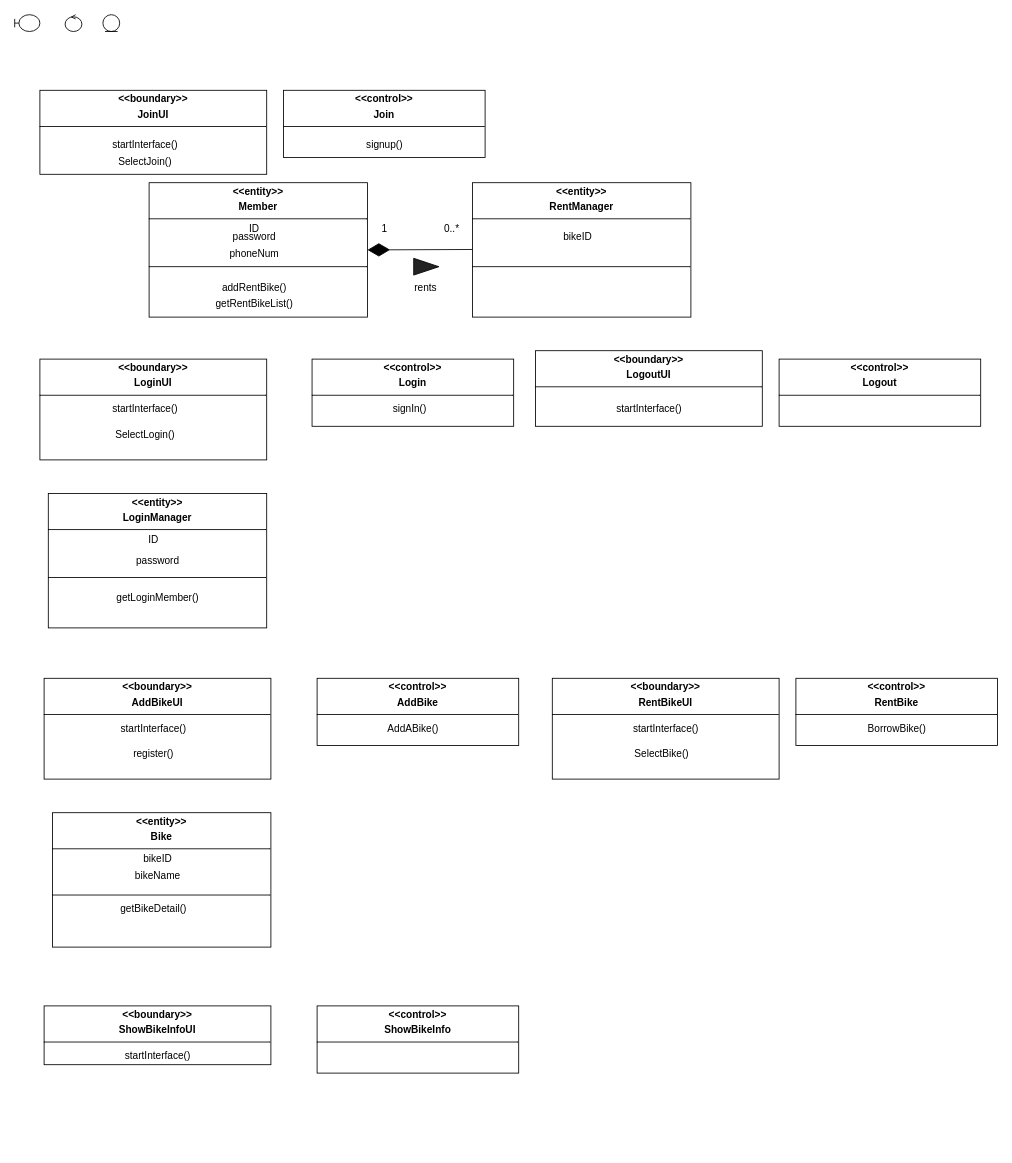
Above: analysis class diagram.drawio.xml in nowOne2/se2ndAssignment (draw.io), before the change. Source tidied: cells renumbered, new cells numbered last; positions are measured from the earlier drawing's top-left corner, leaving out a move shared by most shapes. Both pictures are drawn from the tidied source at 84%, with x=0, y=0 at pixel (14, 14).
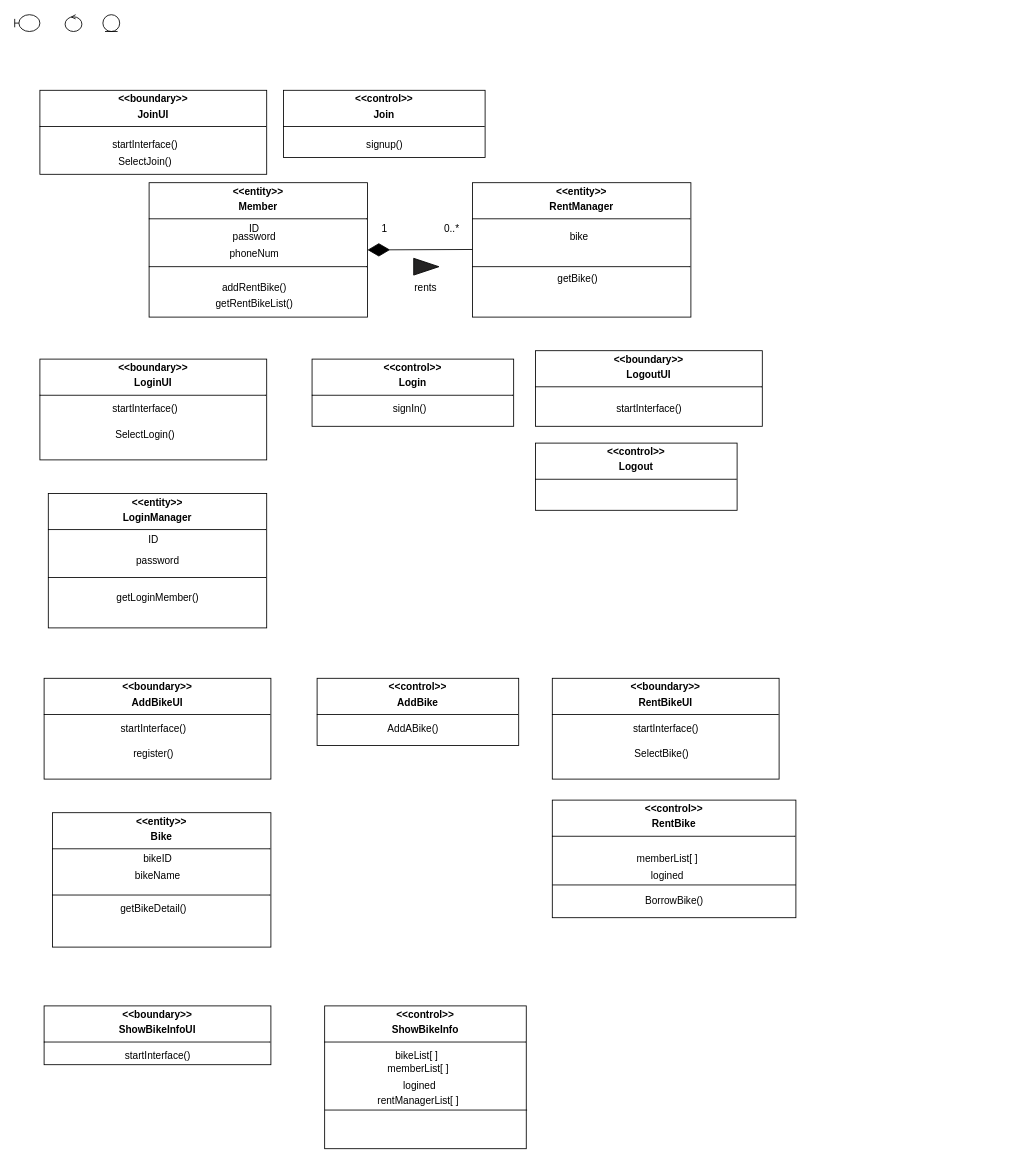
The same page after the edit.

Commit message (it also covers changes not shown here):
Fix analysis diagram

What changed in the source:
```diff
@@
     <mxCell id="23" value="&lt;p style=&quot;margin:0px;margin-top:4px;text-align:center;&quot;&gt;&lt;b&gt;&amp;lt;&amp;lt;control&amp;gt;&amp;gt;&lt;/b&gt;&lt;/p&gt;&lt;p style=&quot;margin:0px;margin-top:4px;text-align:center;&quot;&gt;&lt;b&gt;Logout&lt;/b&gt;&lt;/p&gt;&lt;div&gt;&lt;hr size=&quot;1&quot; style=&quot;border-style:solid;&quot;&gt;&lt;div style=&quot;height:2px;&quot;&gt;&lt;/div&gt;&lt;/div&gt;&lt;div style=&quot;height:2px;&quot;&gt;&lt;br&gt;&lt;/div&gt;" style="verticalAlign=top;align=left;overflow=fill;html=1;whiteSpace=wrap;" parent="1" vertex="1">
-      <mxGeometry x="910" y="410" width="240" height="80" as="geometry" />
+      <mxGeometry x="620" y="510" width="240" height="80" as="geometry" />
     </mxCell>
@@
-    <mxCell id="35" value="&lt;p style=&quot;margin:0px;margin-top:4px;text-align:center;&quot;&gt;&lt;b&gt;&amp;lt;&amp;lt;control&amp;gt;&amp;gt;&lt;/b&gt;&lt;/p&gt;&lt;p style=&quot;margin:0px;margin-top:4px;text-align:center;&quot;&gt;&lt;b&gt;RentBike&lt;/b&gt;&lt;/p&gt;&lt;div&gt;&lt;hr size=&quot;1&quot; style=&quot;border-style:solid;&quot;&gt;&lt;div style=&quot;height:2px;&quot;&gt;&lt;/div&gt;&lt;/div&gt;&lt;div style=&quot;height:2px;&quot;&gt;&lt;br&gt;&lt;/div&gt;" style="verticalAlign=top;align=left;overflow=fill;html=1;whiteSpace=wrap;" parent="1" vertex="1">
-      <mxGeometry x="930" y="790" width="240" height="80" as="geometry" />
-    </mxCell>
@@
-    <mxCell id="38" value="BorrowBike()" style="text;html=1;align=center;verticalAlign=middle;strokeColor=none;fillColor=none;" parent="1" vertex="1">
-      <mxGeometry x="1005" y="835" width="90" height="30" as="geometry" />
-    </mxCell>
@@
-    <mxCell id="40" value="bikeID" style="text;html=1;align=center;verticalAlign=middle;strokeColor=none;fillColor=none;" parent="1" vertex="1">
-      <mxGeometry x="640" y="250" width="60" height="30" as="geometry" />
+    <mxCell id="40" value="&amp;nbsp;bike" style="text;html=1;align=center;verticalAlign=middle;strokeColor=none;fillColor=none;" parent="1" vertex="1">
+      <mxGeometry x="645" y="250" width="50" height="30" as="geometry" />
     </mxCell>
@@
     <mxCell id="42" value="&lt;p style=&quot;margin:0px;margin-top:4px;text-align:center;&quot;&gt;&lt;b&gt;&amp;lt;&amp;lt;control&amp;gt;&amp;gt;&lt;/b&gt;&lt;/p&gt;&lt;p style=&quot;margin:0px;margin-top:4px;text-align:center;&quot;&gt;&lt;b&gt;ShowBikeInfo&lt;/b&gt;&lt;/p&gt;&lt;div&gt;&lt;hr size=&quot;1&quot; style=&quot;border-style:solid;&quot;&gt;&lt;div style=&quot;height:2px;&quot;&gt;&lt;/div&gt;&lt;/div&gt;&lt;div style=&quot;height:2px;&quot;&gt;&lt;br&gt;&lt;/div&gt;" style="verticalAlign=top;align=left;overflow=fill;html=1;whiteSpace=wrap;" parent="1" vertex="1">
-      <mxGeometry x="360" y="1180" width="240" height="80" as="geometry" />
+      <mxGeometry x="369" y="1180" width="240" height="170" as="geometry" />
     </mxCell>
@@
+    <mxCell id="35" value="&lt;p style=&quot;margin:0px;margin-top:4px;text-align:center;&quot;&gt;&lt;b&gt;&amp;lt;&amp;lt;control&amp;gt;&amp;gt;&lt;/b&gt;&lt;/p&gt;&lt;p style=&quot;margin:0px;margin-top:4px;text-align:center;&quot;&gt;&lt;b&gt;RentBike&lt;/b&gt;&lt;/p&gt;&lt;div&gt;&lt;hr size=&quot;1&quot; style=&quot;border-style:solid;&quot;&gt;&lt;div style=&quot;height:2px;&quot;&gt;&lt;/div&gt;&lt;/div&gt;&lt;div style=&quot;height:2px;&quot;&gt;&lt;br&gt;&lt;/div&gt;" style="verticalAlign=top;align=left;overflow=fill;html=1;whiteSpace=wrap;" parent="1" vertex="1">
+      <mxGeometry x="640" y="935" width="290" height="140" as="geometry" />
+    </mxCell>
+    <mxCell id="52" value="&amp;nbsp;memberList[ ]" style="text;html=1;align=center;verticalAlign=middle;strokeColor=none;fillColor=none;" parent="1" vertex="1">
+      <mxGeometry x="725" y="990" width="100" height="30" as="geometry" />
+    </mxCell>
+    <mxCell id="53" value="&amp;nbsp;logined" style="text;html=1;align=center;verticalAlign=middle;strokeColor=none;fillColor=none;" parent="1" vertex="1">
+      <mxGeometry x="740" y="1010" width="70" height="30" as="geometry" />
+    </mxCell>
+    <mxCell id="54" value="bikeList[ ]&amp;nbsp;" style="text;html=1;align=center;verticalAlign=middle;strokeColor=none;fillColor=none;" parent="1" vertex="1">
+      <mxGeometry x="440" y="1225" width="80" height="30" as="geometry" />
+    </mxCell>
+    <mxCell id="55" style="line;strokeWidth=1;fillColor=none;align=left;verticalAlign=middle;spacingTop=-1;spacingLeft=3;spacingRight=3;labelPosition=right;strokeColor=inherit;" parent="1" vertex="1">
+      <mxGeometry x="640" y="1032" width="290" height="8" as="geometry" />
+    </mxCell>
+    <mxCell id="38" value="BorrowBike()" style="text;html=1;align=center;verticalAlign=middle;strokeColor=none;fillColor=none;" parent="1" vertex="1">
+      <mxGeometry x="740" y="1040" width="90" height="30" as="geometry" />
+    </mxCell>
+    <mxCell id="56" style="edgeStyle=orthogonalEdgeStyle;rounded=0;orthogonalLoop=1;jettySize=auto;html=1;exitX=0.5;exitY=1;exitDx=0;exitDy=0;" parent="1" edge="1" source="35" target="35">
+      <mxGeometry relative="1" as="geometry" />
+    </mxCell>
+    <mxCell id="57" style="edgeStyle=orthogonalEdgeStyle;rounded=0;orthogonalLoop=1;jettySize=auto;html=1;exitX=0.5;exitY=1;exitDx=0;exitDy=0;" parent="1" edge="1" source="35" target="35">
+      <mxGeometry relative="1" as="geometry" />
+    </mxCell>
+    <mxCell id="58" value="memberList[ ]" style="text;html=1;align=center;verticalAlign=middle;strokeColor=none;fillColor=none;" parent="1" vertex="1">
+      <mxGeometry x="430" y="1240" width="100" height="30" as="geometry" />
+    </mxCell>
+    <mxCell id="59" value="&amp;nbsp;logined" style="text;html=1;align=center;verticalAlign=middle;strokeColor=none;fillColor=none;" parent="1" vertex="1">
+      <mxGeometry x="445" y="1260" width="70" height="30" as="geometry" />
+    </mxCell>
+    <mxCell id="60" style="line;strokeWidth=1;fillColor=none;align=left;verticalAlign=middle;spacingTop=-1;spacingLeft=3;spacingRight=3;labelPosition=right;strokeColor=inherit;" parent="1" vertex="1">
+      <mxGeometry x="369" y="1300" width="241" height="8" as="geometry" />
+    </mxCell>
+    <mxCell id="61" value="getBike()" style="text;html=1;align=center;verticalAlign=middle;strokeColor=none;fillColor=none;" parent="1" vertex="1">
+      <mxGeometry x="635" y="300" width="70" height="30" as="geometry" />
+    </mxCell>
+    <mxCell id="62" value="rentManagerList[ ]" style="text;html=1;align=center;verticalAlign=middle;strokeColor=none;fillColor=none;" parent="1" vertex="1">
+      <mxGeometry x="420" y="1278" width="120" height="30" as="geometry" />
+    </mxCell>
```
